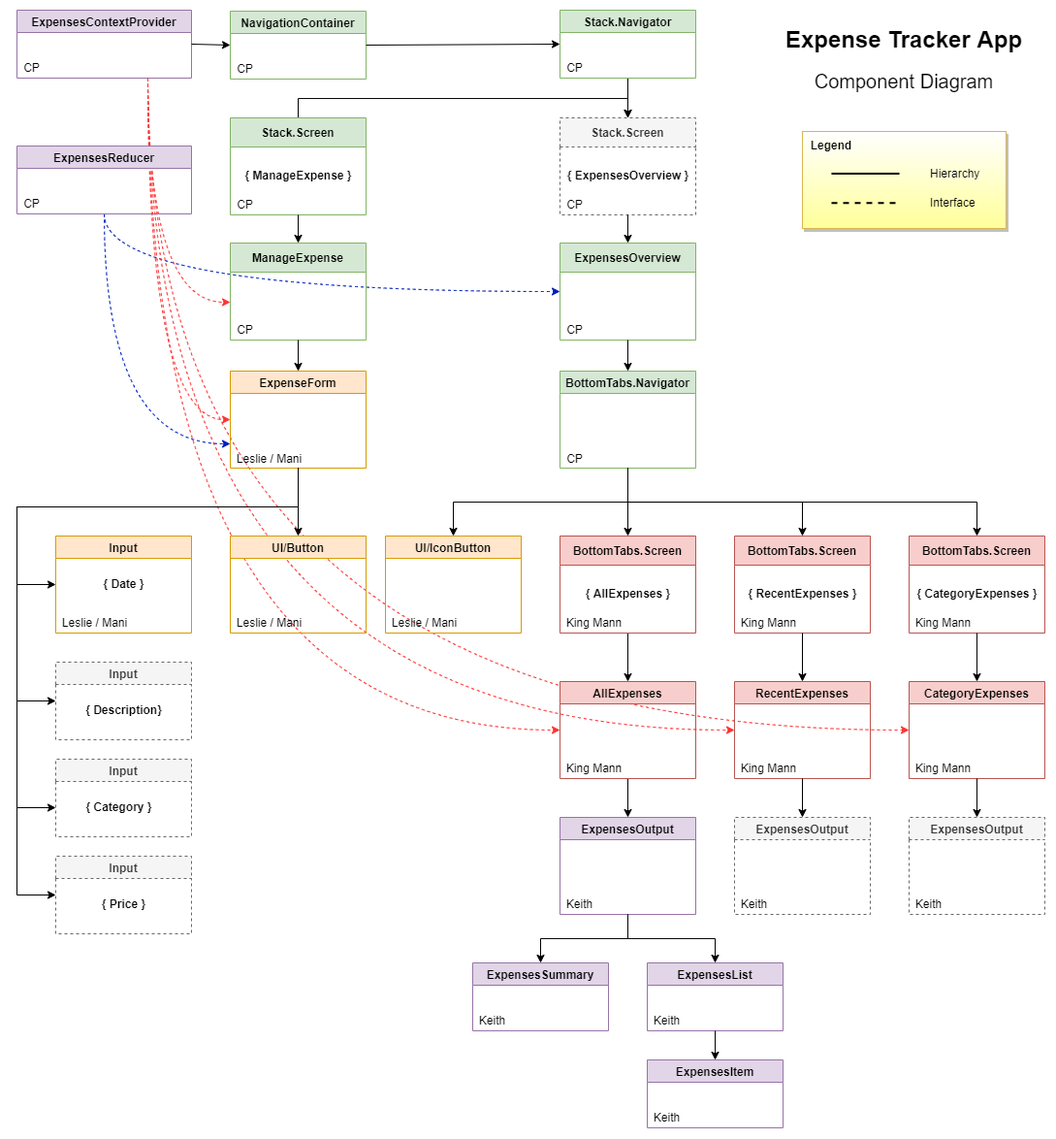
Earlier version of the draw.io export component-diagram.png (liewkm/Group1-SkillsUnion-Module4-Project-ExpenseTrackerApp). Source tidied: cells renumbered, new cells last; positions are measured from the earlier drawing's top-left corner, leaving out a move shared by most shapes.
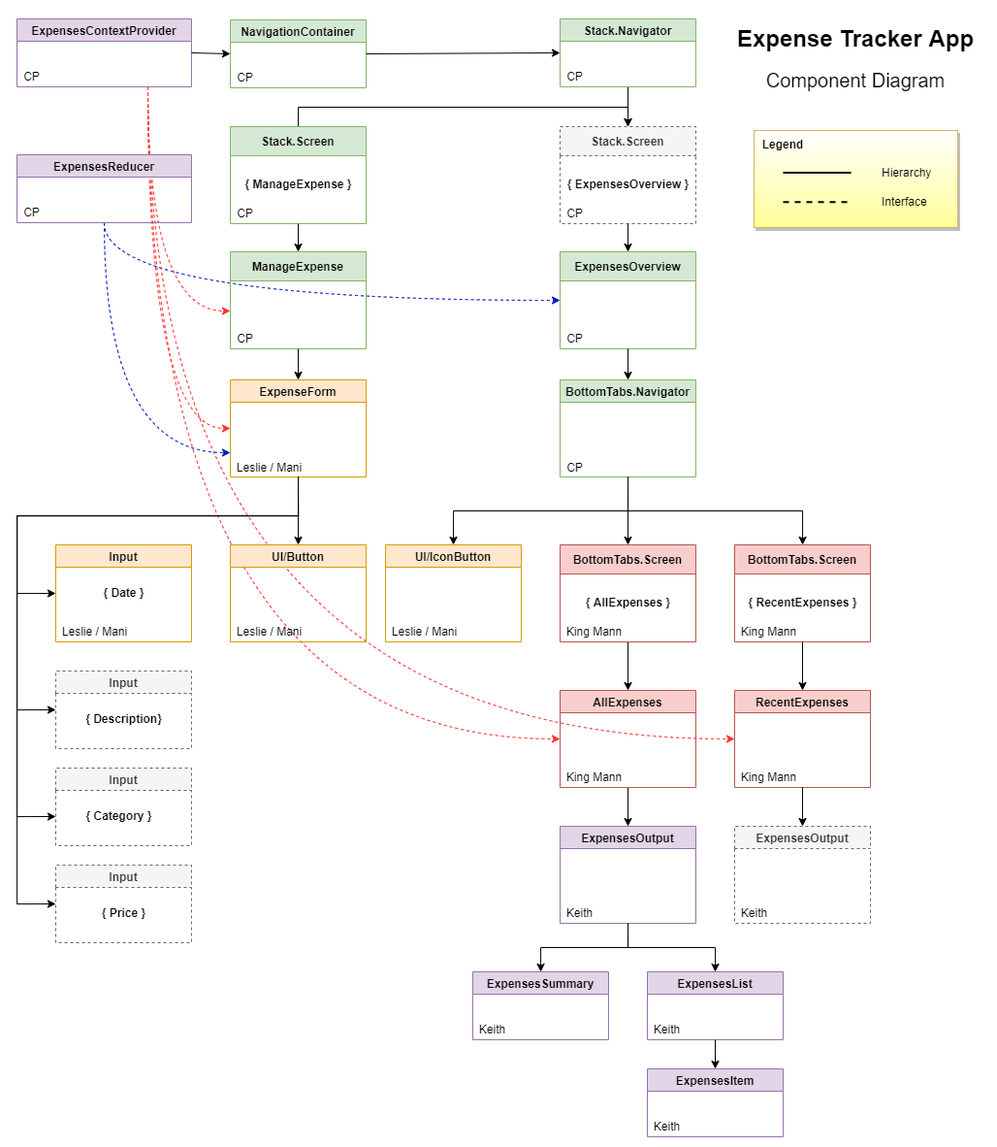
After the change.

What changed in the source:
```diff
@@ -11,9 +11,6 @@
     <mxCell id="4" style="edgeStyle=orthogonalEdgeStyle;jettySize=auto;html=1;exitX=0.75;exitY=1;exitDx=0;exitDy=0;entryX=0;entryY=0.5;entryDx=0;entryDy=0;dashed=1;fillColor=#f8cecc;strokeColor=#FF3333;curved=1;" parent="1" edge="1" source="6" target="77">
       <mxGeometry relative="1" as="geometry" />
     </mxCell>
-    <mxCell id="5" style="edgeStyle=orthogonalEdgeStyle;jettySize=auto;html=1;entryX=0;entryY=0.5;entryDx=0;entryDy=0;dashed=1;fillColor=#f8cecc;strokeColor=#FF3333;curved=1;exitX=0.75;exitY=1;exitDx=0;exitDy=0;" parent="1" edge="1" source="6" target="79">
-      <mxGeometry relative="1" as="geometry" />
-    </mxCell>
     <mxCell id="6" value="ExpensesContextProvider" style="swimlane;fillColor=#e1d5e7;strokeColor=#9673a6;rounded=0;" parent="1" vertex="1">
       <mxGeometry width="180" height="70" as="geometry" />
     </mxCell>
@@ -190,30 +187,9 @@
     <mxCell id="58" style="endArrow=classic;html=1;rounded=0;entryX=0.5;entryY=0;entryDx=0;entryDy=0;exitX=0.5;exitY=1;exitDx=0;exitDy=0;fillColor=#e1d5e7;strokeColor=#000000;" parent="1" edge="1" source="50" target="54">
       <mxGeometry relative="1" as="geometry" />
     </mxCell>
-    <mxCell id="59" value="BottomTabs.Screen" style="swimlane;startSize=30;fillColor=#f8cecc;strokeColor=#b85450;rounded=0;sketch=0;" parent="1" vertex="1">
-      <mxGeometry x="920" y="542" width="140" height="100" as="geometry" />
-    </mxCell>
-    <mxCell id="60" value="King Mann" style="text;html=1;align=center;verticalAlign=middle;strokeColor=none;fillColor=none;rounded=0;" parent="59" vertex="1">
-      <mxGeometry y="80" width="70" height="20" as="geometry" />
-    </mxCell>
-    <mxCell id="61" value="{ CategoryExpenses }" style="text;html=1;align=center;verticalAlign=middle;strokeColor=none;fillColor=none;fontStyle=1;" parent="59" vertex="1">
-      <mxGeometry y="50" width="140" height="20" as="geometry" />
-    </mxCell>
-    <mxCell id="62" value="ExpensesOutput" style="swimlane;fillColor=#f5f5f5;strokeColor=#666666;sketch=0;rounded=0;swimlaneLine=1;glass=0;dashed=1;fontColor=#333333;" parent="1" vertex="1">
-      <mxGeometry x="920" y="832" width="140" height="100" as="geometry" />
-    </mxCell>
-    <mxCell id="63" value="Keith" style="text;html=1;align=center;verticalAlign=middle;strokeColor=none;fillColor=none;rounded=0;" parent="62" vertex="1">
-      <mxGeometry y="80" width="40" height="20" as="geometry" />
-    </mxCell>
     <mxCell id="64" value="&lt;h1&gt;Expense Tracker App&lt;/h1&gt;&lt;div&gt;&lt;font style=&quot;font-size: 20px&quot;&gt;Component Diagram&lt;/font&gt;&lt;/div&gt;" style="text;html=1;strokeColor=none;fillColor=none;spacing=5;spacingTop=-20;whiteSpace=wrap;overflow=hidden;rounded=0;shadow=0;glass=0;sketch=0;align=center;" parent="1" vertex="1">
-      <mxGeometry x="780" y="11" width="270" height="100" as="geometry" />
+      <mxGeometry x="730" y="1" width="270" height="100" as="geometry" />
     </mxCell>
-    <mxCell id="65" style="endArrow=classic;html=1;rounded=0;exitX=0.5;exitY=1;exitDx=0;exitDy=0;edgeStyle=orthogonalEdgeStyle;entryX=0.5;entryY=0;entryDx=0;entryDy=0;" parent="1" edge="1" source="18" target="59">
-      <mxGeometry relative="1" as="geometry" />
-    </mxCell>
-    <mxCell id="66" style="endArrow=classic;html=1;rounded=0;entryX=0.5;entryY=0;entryDx=0;entryDy=0;exitX=0.5;exitY=1;exitDx=0;exitDy=0;" parent="1" edge="1" source="59" target="79">
-      <mxGeometry relative="1" as="geometry" />
-    </mxCell>
     <mxCell id="67" value="Input" style="swimlane;fillColor=#f5f5f5;strokeColor=#666666;rounded=0;shadow=0;sketch=0;dashed=1;fontColor=#333333;" parent="1" vertex="1">
       <mxGeometry x="40" y="672" width="140" height="80" as="geometry" />
     </mxCell>
@@ -263,12 +239,6 @@
     <mxCell id="78" value="King Mann" style="text;html=1;align=center;verticalAlign=middle;strokeColor=none;fillColor=none;rounded=0;" parent="77" vertex="1">
       <mxGeometry y="80" width="70" height="20" as="geometry" />
     </mxCell>
-    <mxCell id="79" value="CategoryExpenses" style="swimlane;fillColor=#f8cecc;strokeColor=#b85450;sketch=0;rounded=0;swimlaneLine=1;glass=0;" parent="1" vertex="1">
-      <mxGeometry x="920" y="692" width="140" height="100" as="geometry" />
-    </mxCell>
-    <mxCell id="80" value="King Mann" style="text;html=1;align=center;verticalAlign=middle;strokeColor=none;fillColor=none;rounded=0;" parent="79" vertex="1">
-      <mxGeometry y="80" width="70" height="20" as="geometry" />
-    </mxCell>
     <mxCell id="81" style="endArrow=classic;html=1;rounded=0;entryX=0.5;entryY=0;entryDx=0;entryDy=0;" parent="1" edge="1" target="87">
       <mxGeometry relative="1" as="geometry">
         <mxPoint x="630" y="642" as="sourcePoint" />
@@ -298,9 +268,6 @@
     <mxCell id="89" style="endArrow=classic;html=1;rounded=0;entryX=0.5;entryY=0;entryDx=0;entryDy=0;exitX=0.5;exitY=1;exitDx=0;exitDy=0;" parent="1" edge="1" source="77" target="27">
       <mxGeometry relative="1" as="geometry" />
     </mxCell>
-    <mxCell id="90" style="endArrow=classic;html=1;rounded=0;entryX=0.5;entryY=0;entryDx=0;entryDy=0;exitX=0.5;exitY=1;exitDx=0;exitDy=0;" parent="1" edge="1" source="79" target="62">
-      <mxGeometry relative="1" as="geometry" />
-    </mxCell>
     <mxCell id="91" value="ManageExpense" style="swimlane;startSize=30;fillColor=#d5e8d4;strokeColor=#82b366;rounded=0;" parent="1" vertex="1">
       <mxGeometry x="220" y="240" width="140" height="100" as="geometry" />
     </mxCell>
@@ -334,7 +301,7 @@
       <mxGeometry y="50" width="30" height="20" as="geometry" />
     </mxCell>
     <mxCell id="100" style="group;" parent="1" vertex="1">
-      <mxGeometry x="810" y="125" width="210" height="100" as="geometry" />
+      <mxGeometry x="760" y="115" width="210" height="100" as="geometry" />
     </mxCell>
     <mxCell id="101" style="rounded=0;whiteSpace=wrap;html=1;shadow=1;fillColor=#FFFF99;strokeColor=#d6b656;gradientColor=#ffffff;gradientDirection=north;" parent="100" vertex="1">
       <mxGeometry width="210" height="100" as="geometry" />
```
